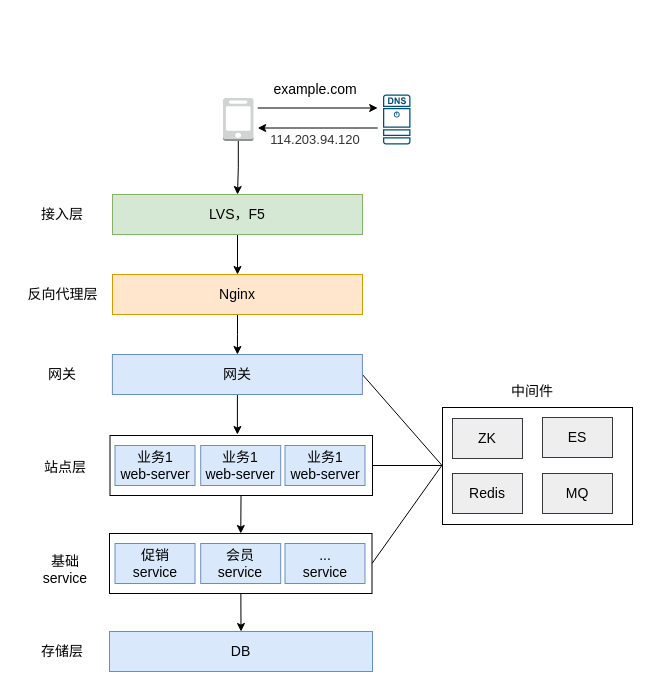
allentofight/diagram keeps this draw.io diagram as HA.drawio. Above is the earlier version. Source tidied: cells renumbered, new cells numbered last; positions are measured from the earlier drawing's top-left corner, leaving out a move shared by most shapes. Both pictures are drawn from the tidied source at 100%, with x=0, y=0 at pixel (17, 74).
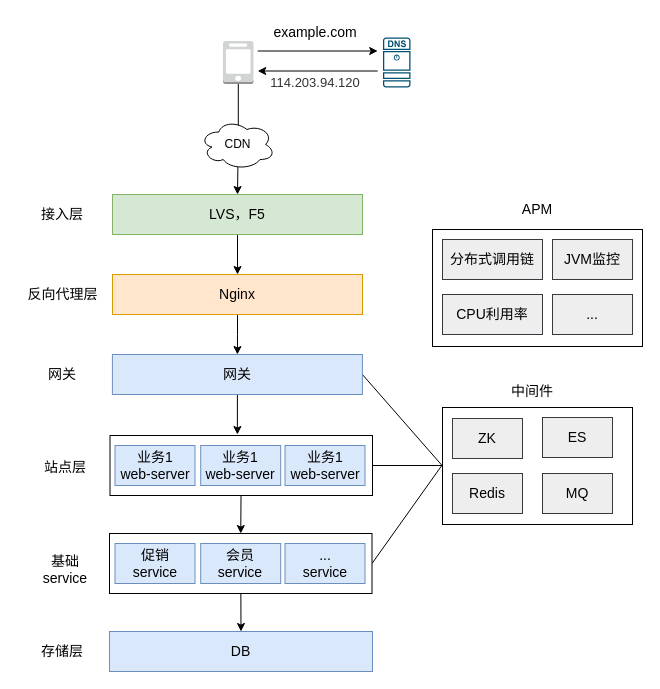
The same diagram, later.

Diff of the diagram source:
```diff
@@
     <mxCell id="10" style="outlineConnect=0;dashed=0;verticalLabelPosition=bottom;verticalAlign=top;align=center;html=1;shape=mxgraph.aws3.mobile_client;fillColor=#D2D3D3;gradientColor=none;fontSize=14;" parent="1" vertex="1">
-      <mxGeometry x="205.5" y="23.5" width="30.5" height="43" as="geometry" />
+      <mxGeometry x="205.5" y="-33.5" width="30.5" height="43" as="geometry" />
     </mxCell>
     <mxCell id="11" style="sketch=0;verticalLabelPosition=bottom;html=1;verticalAlign=top;align=center;shape=mxgraph.cisco19.dns_server;fillColor=#005073;strokeColor=none;fontSize=14;" parent="1" vertex="1">
-      <mxGeometry x="365.5" y="20" width="27.5" height="50" as="geometry" />
+      <mxGeometry x="365.5" y="-37" width="27.5" height="50" as="geometry" />
     </mxCell>
@@
     <mxCell id="18" style="endArrow=classic;html=1;rounded=0;fontSize=14;" parent="1" edge="1">
       <mxGeometry relative="1" as="geometry">
-        <mxPoint x="240.2" y="33.5" as="sourcePoint" />
-        <mxPoint x="360.2" y="33.5" as="targetPoint" />
+        <mxPoint x="240.2" y="-23.5" as="sourcePoint" />
+        <mxPoint x="360.2" y="-23.5" as="targetPoint" />
       </mxGeometry>
     </mxCell>
     <mxCell id="19" style="endArrow=classic;html=1;rounded=0;fontSize=14;" parent="1" edge="1">
       <mxGeometry relative="1" as="geometry">
-        <mxPoint x="360.2" y="53.5" as="sourcePoint" />
-        <mxPoint x="240.2" y="53.5" as="targetPoint" />
+        <mxPoint x="360.2" y="-3.5" as="sourcePoint" />
+        <mxPoint x="240.2" y="-3.5" as="targetPoint" />
       </mxGeometry>
     </mxCell>
@@
     <mxCell id="39" value="example.com" style="text;html=1;strokeColor=none;fillColor=none;align=center;verticalAlign=middle;whiteSpace=wrap;rounded=0;fontSize=14;" parent="1" vertex="1">
-      <mxGeometry x="267.5" width="60" height="30" as="geometry" />
+      <mxGeometry x="267.5" y="-57" width="60" height="30" as="geometry" />
     </mxCell>
     <mxCell id="40" value="&lt;span style=&quot;color: rgb(51 , 51 , 51) ; font-family: &amp;#34;arial&amp;#34; , sans-serif ; font-size: 13px ; background-color: rgb(255 , 255 , 255)&quot;&gt;114.203.94.120&lt;/span&gt;" style="text;html=1;strokeColor=none;fillColor=none;align=center;verticalAlign=middle;whiteSpace=wrap;rounded=0;fontSize=14;" parent="1" vertex="1">
-      <mxGeometry x="267.5" y="50" width="60" height="30" as="geometry" />
+      <mxGeometry x="267.5" y="-7" width="60" height="30" as="geometry" />
     </mxCell>
+    <mxCell id="41" style="rounded=0;whiteSpace=wrap;html=1;fontSize=14;" parent="1" vertex="1">
+      <mxGeometry x="415" y="155" width="210" height="117" as="geometry" />
+    </mxCell>
+    <mxCell id="42" value="分布式调用链" style="rounded=0;whiteSpace=wrap;html=1;fillColor=#eeeeee;strokeColor=#36393d;fontSize=14;" parent="1" vertex="1">
+      <mxGeometry x="425" y="165" width="100" height="40" as="geometry" />
+    </mxCell>
+    <mxCell id="43" value="CPU利用率" style="rounded=0;whiteSpace=wrap;html=1;fillColor=#eeeeee;strokeColor=#36393d;fontSize=14;" parent="1" vertex="1">
+      <mxGeometry x="425" y="220" width="100" height="40" as="geometry" />
+    </mxCell>
+    <mxCell id="44" value="JVM监控" style="rounded=0;whiteSpace=wrap;html=1;fillColor=#eeeeee;strokeColor=#36393d;fontSize=14;" parent="1" vertex="1">
+      <mxGeometry x="535" y="165" width="80" height="40" as="geometry" />
+    </mxCell>
+    <mxCell id="45" value="..." style="rounded=0;whiteSpace=wrap;html=1;fillColor=#eeeeee;strokeColor=#36393d;fontSize=14;" parent="1" vertex="1">
+      <mxGeometry x="535" y="220" width="80" height="40" as="geometry" />
+    </mxCell>
+    <mxCell id="46" value="APM" style="text;html=1;strokeColor=none;fillColor=none;align=center;verticalAlign=middle;whiteSpace=wrap;rounded=0;fontSize=14;" parent="1" vertex="1">
+      <mxGeometry x="490" y="120" width="60" height="30" as="geometry" />
+    </mxCell>
+    <mxCell id="47" value="CDN" style="ellipse;shape=cloud;whiteSpace=wrap;html=1;" parent="1" vertex="1">
+      <mxGeometry x="182.5" y="45" width="75" height="50" as="geometry" />
+    </mxCell>
```
